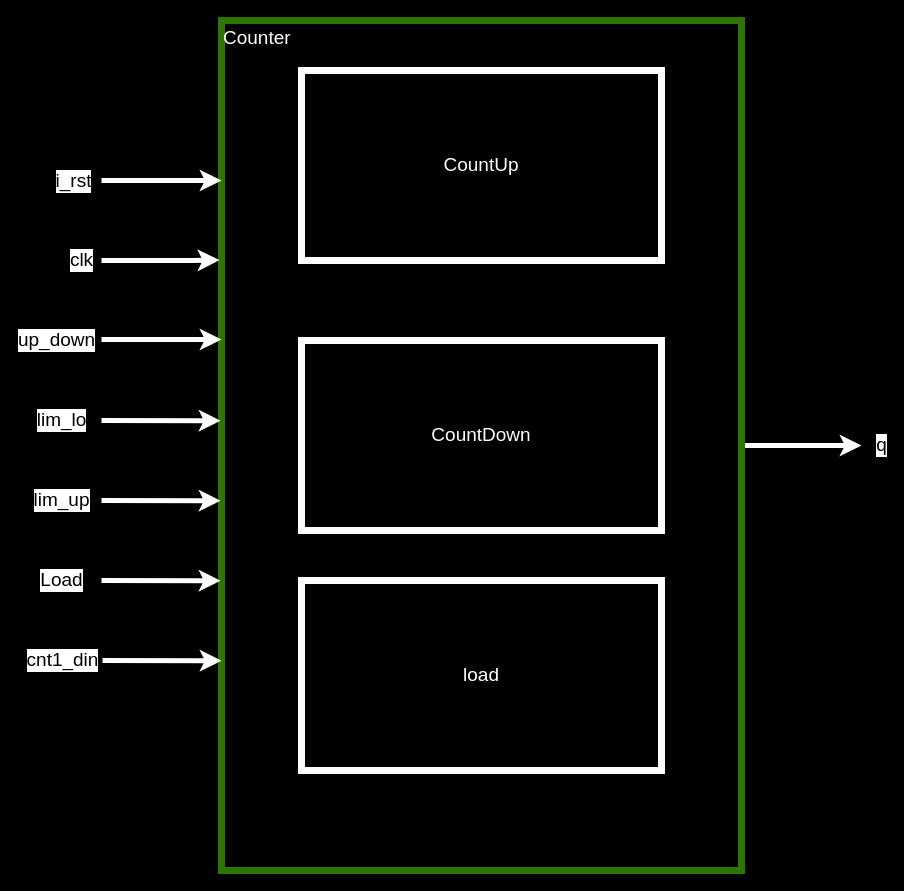
Before: 2/img/架構圖.drawio in gordonpow/lab_hardware_test, a draw.io diagram. Source tidied: cells renumbered, new cells numbered last; positions are measured from the earlier drawing's top-left corner, leaving out a move shared by most shapes. Both pictures are drawn from the tidied source at 100%, with x=0, y=0 at pixel (101, 20).
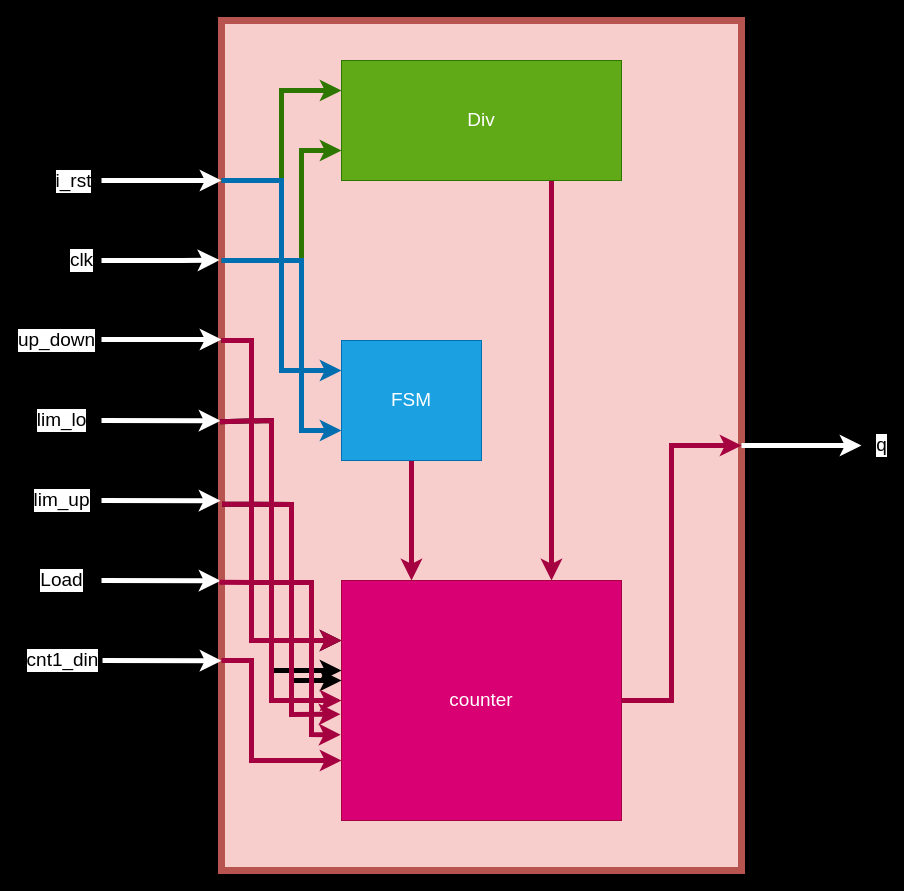
Above is the later version.

The edit, as a diff of the source:
```diff
@@
+    <mxCell id="3" style="rounded=0;whiteSpace=wrap;html=1;fillColor=#f8cecc;strokeColor=#b85450;strokeWidth=7;align=left;horizontal=1;verticalAlign=top;fontSize=19;" parent="1" vertex="1">
+      <mxGeometry x="120" width="520" height="850" as="geometry" />
+    </mxCell>
-    <mxCell id="2" value="q" style="edgeStyle=none;html=1;exitX=1;exitY=0.5;exitDx=0;exitDy=0;fontSize=19;strokeWidth=5;strokeColor=#FFFFFF;" parent="1" edge="1" source="3">
+    <mxCell id="2" value="q" style="edgeStyle=none;html=1;exitX=1;exitY=0.5;exitDx=0;exitDy=0;fontSize=19;strokeWidth=5;strokeColor=#FFFFFF;rounded=0;" parent="1" edge="1" source="3">
       <mxGeometry x="1" y="20" relative="1" as="geometry">
         <mxPoint x="760" y="425" as="targetPoint" />
         <mxPoint x="20" y="20" as="offset" />
       </mxGeometry>
     </mxCell>
-    <mxCell id="3" value="Counter" style="rounded=0;whiteSpace=wrap;html=1;fillColor=none;fontColor=#ffffff;strokeColor=#2D7600;strokeWidth=7;align=left;horizontal=1;verticalAlign=top;fontSize=19;" parent="1" vertex="1">
-      <mxGeometry x="120" width="520" height="850" as="geometry" />
-    </mxCell>
-    <mxCell id="4" value="&lt;font color=&quot;#ffffff&quot;&gt;CountUp&lt;/font&gt;" style="rounded=0;whiteSpace=wrap;html=1;strokeWidth=7;fontSize=19;fillColor=none;strokeColor=#FFFFFF;" parent="1" vertex="1">
-      <mxGeometry x="200" y="50" width="360" height="190" as="geometry" />
-    </mxCell>
-    <mxCell id="5" value="&lt;font color=&quot;#ffffff&quot;&gt;CountDown&lt;/font&gt;" style="rounded=0;whiteSpace=wrap;html=1;strokeWidth=7;fontSize=19;fillColor=none;strokeColor=#FFFFFF;glass=0;shadow=0;" parent="1" vertex="1">
-      <mxGeometry x="200" y="320" width="360" height="190" as="geometry" />
-    </mxCell>
-    <mxCell id="6" style="endArrow=classic;html=1;fontSize=19;strokeWidth=5;strokeColor=#FFFFFF;" parent="1" edge="1">
+    <mxCell id="6" style="endArrow=classic;html=1;fontSize=19;strokeWidth=5;strokeColor=#FFFFFF;rounded=0;" parent="1" edge="1">
       <mxGeometry relative="1" as="geometry">
         <mxPoint y="160" as="sourcePoint" />
         <mxPoint x="120" y="160" as="targetPoint" />
       </mxGeometry>
     </mxCell>
@@
-    <mxCell id="8" style="endArrow=classic;html=1;fontSize=19;strokeWidth=5;strokeColor=#FFFFFF;" parent="1" edge="1">
+    <mxCell id="8" style="endArrow=classic;html=1;fontSize=19;strokeWidth=5;strokeColor=#FFFFFF;rounded=0;" parent="1" edge="1">
       <mxGeometry relative="1" as="geometry">
         <mxPoint y="319" as="sourcePoint" />
         <mxPoint x="120" y="319" as="targetPoint" />
       </mxGeometry>
     </mxCell>
@@
-    <mxCell id="10" style="endArrow=classic;html=1;fontSize=19;entryX=-0.004;entryY=0.666;entryDx=0;entryDy=0;entryPerimeter=0;strokeWidth=5;strokeColor=#FFFFFF;" parent="1" edge="1">
+    <mxCell id="10" style="endArrow=classic;html=1;fontSize=19;entryX=-0.004;entryY=0.666;entryDx=0;entryDy=0;entryPerimeter=0;strokeWidth=5;strokeColor=#FFFFFF;rounded=0;" parent="1" edge="1">
       <mxGeometry relative="1" as="geometry">
         <mxPoint y="240" as="sourcePoint" />
         <mxPoint x="117.9" y="239.6" as="targetPoint" />
         <Array as="points">
           <mxPoint x="50" y="240" />
           <mxPoint x="80" y="240" />
         </Array>
       </mxGeometry>
     </mxCell>
@@
-    <mxCell id="12" value="&lt;font style=&quot;font-size: 19px;&quot;&gt;lim_lo&lt;/font&gt;" style="endArrow=classic;html=1;entryX=-0.002;entryY=0.565;entryDx=0;entryDy=0;entryPerimeter=0;strokeWidth=5;strokeColor=#FFFFFF;" parent="1" edge="1">
+    <mxCell id="12" value="&lt;font style=&quot;font-size: 19px;&quot;&gt;lim_lo&lt;/font&gt;" style="endArrow=classic;html=1;entryX=-0.002;entryY=0.565;entryDx=0;entryDy=0;entryPerimeter=0;strokeWidth=5;strokeColor=#FFFFFF;rounded=0;" parent="1" edge="1">
       <mxGeometry x="-1" y="-40" relative="1" as="geometry">
         <mxPoint y="400" as="sourcePoint" />
         <mxPoint x="119" y="400.2" as="targetPoint" />
         <mxPoint x="-40" y="-40" as="offset" />
       </mxGeometry>
     </mxCell>
-    <mxCell id="13" value="&lt;font color=&quot;#ffffff&quot;&gt;load&lt;/font&gt;" style="rounded=0;whiteSpace=wrap;html=1;strokeWidth=7;fontSize=19;fillColor=none;strokeColor=#FFFFFF;" parent="1" vertex="1">
-      <mxGeometry x="200" y="560" width="360" height="190" as="geometry" />
-    </mxCell>
-    <mxCell id="14" value="&lt;font style=&quot;font-size: 19px;&quot;&gt;lim_up&lt;/font&gt;" style="endArrow=classic;html=1;entryX=-0.002;entryY=0.565;entryDx=0;entryDy=0;entryPerimeter=0;strokeWidth=5;strokeColor=#FFFFFF;" parent="1" edge="1">
+    <mxCell id="14" value="&lt;font style=&quot;font-size: 19px;&quot;&gt;lim_up&lt;/font&gt;" style="endArrow=classic;html=1;entryX=-0.002;entryY=0.565;entryDx=0;entryDy=0;entryPerimeter=0;strokeWidth=5;strokeColor=#FFFFFF;rounded=0;" parent="1" edge="1">
       <mxGeometry x="-1" y="-40" relative="1" as="geometry">
         <mxPoint y="480" as="sourcePoint" />
         <mxPoint x="119" y="480.2" as="targetPoint" />
         <mxPoint x="-40" y="-40" as="offset" />
       </mxGeometry>
     </mxCell>
-    <mxCell id="15" value="&lt;font style=&quot;font-size: 19px;&quot;&gt;Load&lt;/font&gt;" style="endArrow=classic;html=1;entryX=-0.002;entryY=0.565;entryDx=0;entryDy=0;entryPerimeter=0;strokeWidth=5;strokeColor=#FFFFFF;" parent="1" edge="1">
+    <mxCell id="15" value="&lt;font style=&quot;font-size: 19px;&quot;&gt;Load&lt;/font&gt;" style="endArrow=classic;html=1;entryX=-0.002;entryY=0.565;entryDx=0;entryDy=0;entryPerimeter=0;strokeWidth=5;strokeColor=#FFFFFF;rounded=0;" parent="1" edge="1">
       <mxGeometry x="-1" y="-40" relative="1" as="geometry">
         <mxPoint y="560" as="sourcePoint" />
         <mxPoint x="119" y="560.2" as="targetPoint" />
         <mxPoint x="-40" y="-40" as="offset" />
       </mxGeometry>
     </mxCell>
-    <mxCell id="16" value="&lt;font style=&quot;font-size: 19px;&quot;&gt;cnt1_din&lt;/font&gt;" style="endArrow=classic;html=1;entryX=-0.002;entryY=0.565;entryDx=0;entryDy=0;entryPerimeter=0;strokeWidth=5;strokeColor=#FFFFFF;" parent="1" edge="1">
+    <mxCell id="16" value="&lt;font style=&quot;font-size: 19px;&quot;&gt;cnt1_din&lt;/font&gt;" style="endArrow=classic;html=1;entryX=-0.002;entryY=0.565;entryDx=0;entryDy=0;entryPerimeter=0;strokeWidth=5;strokeColor=#FFFFFF;rounded=0;" parent="1" edge="1">
       <mxGeometry x="-1" y="-40" relative="1" as="geometry">
         <mxPoint x="1" y="640" as="sourcePoint" />
         <mxPoint x="120" y="640.2" as="targetPoint" />
         <mxPoint x="-40" y="-40" as="offset" />
       </mxGeometry>
     </mxCell>
+    <mxCell id="17" style="edgeStyle=none;html=1;exitX=0.75;exitY=1;exitDx=0;exitDy=0;entryX=0.75;entryY=0;entryDx=0;entryDy=0;strokeWidth=5;fontSize=19;rounded=0;fillColor=#d80073;strokeColor=#A50040;" parent="1" edge="1" source="18" target="22">
+      <mxGeometry relative="1" as="geometry" />
+    </mxCell>
+    <mxCell id="18" value="&lt;font style=&quot;font-size: 19px;&quot;&gt;Div&lt;/font&gt;" style="rounded=0;whiteSpace=wrap;html=1;fillColor=#60a917;fontColor=#ffffff;strokeColor=#2D7600;" parent="1" vertex="1">
+      <mxGeometry x="240" y="40" width="280" height="120" as="geometry" />
+    </mxCell>
+    <mxCell id="19" style="edgeStyle=none;html=1;exitX=0.5;exitY=1;exitDx=0;exitDy=0;entryX=0.25;entryY=0;entryDx=0;entryDy=0;strokeWidth=5;fontSize=19;rounded=0;fillColor=#d80073;strokeColor=#A50040;" parent="1" edge="1" source="20" target="22">
+      <mxGeometry relative="1" as="geometry" />
+    </mxCell>
+    <mxCell id="20" value="&lt;font style=&quot;font-size: 19px;&quot;&gt;FSM&lt;/font&gt;" style="rounded=0;whiteSpace=wrap;html=1;fillColor=#1ba1e2;fontColor=#ffffff;strokeColor=#006EAF;" parent="1" vertex="1">
+      <mxGeometry x="240" y="320" width="140" height="120" as="geometry" />
+    </mxCell>
+    <mxCell id="21" style="edgeStyle=orthogonalEdgeStyle;rounded=0;html=1;exitX=1;exitY=0.5;exitDx=0;exitDy=0;entryX=1;entryY=0.5;entryDx=0;entryDy=0;strokeWidth=5;fontSize=19;fillColor=#d80073;strokeColor=#A50040;" parent="1" edge="1" source="22" target="3">
+      <mxGeometry relative="1" as="geometry">
+        <Array as="points">
+          <mxPoint x="570" y="680" />
+          <mxPoint x="570" y="425" />
+        </Array>
+      </mxGeometry>
+    </mxCell>
+    <mxCell id="22" value="&lt;font style=&quot;font-size: 19px;&quot;&gt;counter&lt;/font&gt;" style="rounded=0;whiteSpace=wrap;html=1;fillColor=#d80073;fontColor=#ffffff;strokeColor=#A50040;" parent="1" vertex="1">
+      <mxGeometry x="240" y="560" width="280" height="240" as="geometry" />
+    </mxCell>
+    <mxCell id="23" style="edgeStyle=none;jettySize=auto;html=1;strokeWidth=5;fontSize=19;rounded=0;" parent="1" edge="1" target="3">
+      <mxGeometry relative="1" as="geometry">
+        <mxPoint x="120" y="160" as="sourcePoint" />
+      </mxGeometry>
+    </mxCell>
+    <mxCell id="24" style="edgeStyle=none;jettySize=auto;html=1;strokeWidth=5;fontSize=19;entryX=0;entryY=0.25;entryDx=0;entryDy=0;rounded=0;fillColor=#60a917;strokeColor=#2D7600;" parent="1" edge="1" target="18">
+      <mxGeometry relative="1" as="geometry">
+        <mxPoint x="120" y="160" as="sourcePoint" />
+        <Array as="points">
+          <mxPoint x="180" y="160" />
+          <mxPoint x="180" y="150" />
+          <mxPoint x="180" y="70" />
+        </Array>
+      </mxGeometry>
+    </mxCell>
+    <mxCell id="25" style="edgeStyle=none;jettySize=auto;html=1;strokeWidth=5;fontSize=19;entryX=0;entryY=0.75;entryDx=0;entryDy=0;rounded=0;fillColor=#60a917;strokeColor=#2D7600;" parent="1" edge="1" target="18">
+      <mxGeometry relative="1" as="geometry">
+        <mxPoint x="120" y="240" as="sourcePoint" />
+        <Array as="points">
+          <mxPoint x="200" y="240" />
+          <mxPoint x="200" y="130" />
+        </Array>
+      </mxGeometry>
+    </mxCell>
+    <mxCell id="26" style="edgeStyle=none;jettySize=auto;html=1;strokeWidth=5;fontSize=19;entryX=0;entryY=0.25;entryDx=0;entryDy=0;rounded=0;" parent="1" edge="1" target="22">
+      <mxGeometry relative="1" as="geometry">
+        <mxPoint x="120" y="320" as="sourcePoint" />
+        <Array as="points">
+          <mxPoint x="150" y="320" />
+          <mxPoint x="150" y="620" />
+        </Array>
+      </mxGeometry>
+    </mxCell>
+    <mxCell id="27" style="edgeStyle=none;jettySize=auto;html=1;strokeWidth=5;fontSize=19;exitX=-0.003;exitY=0.472;exitDx=0;exitDy=0;exitPerimeter=0;rounded=0;" parent="1" edge="1" source="3">
+      <mxGeometry relative="1" as="geometry">
+        <mxPoint x="240" y="650" as="targetPoint" />
+        <Array as="points">
+          <mxPoint x="170" y="400" />
+          <mxPoint x="170" y="650" />
+        </Array>
+      </mxGeometry>
+    </mxCell>
+    <mxCell id="28" style="edgeStyle=none;jettySize=auto;html=1;strokeWidth=5;fontSize=19;exitX=0.001;exitY=0.569;exitDx=0;exitDy=0;exitPerimeter=0;rounded=0;" parent="1" edge="1" source="3">
+      <mxGeometry relative="1" as="geometry">
+        <mxPoint x="240" y="660" as="targetPoint" />
+        <Array as="points">
+          <mxPoint x="190" y="484" />
+          <mxPoint x="190" y="660" />
+        </Array>
+      </mxGeometry>
+    </mxCell>
+    <mxCell id="29" style="edgeStyle=none;jettySize=auto;html=1;strokeWidth=5;fontSize=19;rounded=0;fillColor=#d80073;strokeColor=#A50040;entryX=0;entryY=0.75;entryDx=0;entryDy=0;" parent="1" edge="1" target="22">
+      <mxGeometry relative="1" as="geometry">
+        <mxPoint x="120" y="640" as="sourcePoint" />
+        <Array as="points">
+          <mxPoint x="150" y="640" />
+          <mxPoint x="150" y="740" />
+        </Array>
+      </mxGeometry>
+    </mxCell>
+    <mxCell id="30" style="edgeStyle=none;jettySize=auto;html=1;strokeWidth=5;fontSize=19;entryX=0;entryY=0.75;entryDx=0;entryDy=0;rounded=0;fillColor=#1ba1e2;strokeColor=#006EAF;" parent="1" edge="1" target="20">
+      <mxGeometry relative="1" as="geometry">
+        <mxPoint x="120" y="240" as="sourcePoint" />
+        <Array as="points">
+          <mxPoint x="200" y="240" />
+          <mxPoint x="200" y="410" />
+        </Array>
+      </mxGeometry>
+    </mxCell>
+    <mxCell id="31" style="edgeStyle=none;jettySize=auto;html=1;strokeWidth=5;fontSize=19;entryX=0;entryY=0.25;entryDx=0;entryDy=0;rounded=0;fillColor=#1ba1e2;strokeColor=#006EAF;" parent="1" edge="1" target="20">
+      <mxGeometry relative="1" as="geometry">
+        <mxPoint x="120" y="160" as="sourcePoint" />
+        <Array as="points">
+          <mxPoint x="180" y="160" />
+          <mxPoint x="180" y="350" />
+        </Array>
+      </mxGeometry>
+    </mxCell>
+    <mxCell id="32" style="edgeStyle=none;orthogonalLoop=1;jettySize=auto;html=1;strokeWidth=5;fontSize=19;entryX=0;entryY=0.25;entryDx=0;entryDy=0;rounded=0;fillColor=#d80073;strokeColor=#A50040;" parent="1" edge="1">
+      <mxGeometry relative="1" as="geometry">
+        <mxPoint x="120" y="320" as="sourcePoint" />
+        <mxPoint x="240" y="620" as="targetPoint" />
+        <Array as="points">
+          <mxPoint x="150" y="320" />
+          <mxPoint x="150" y="620" />
+        </Array>
+      </mxGeometry>
+    </mxCell>
+    <mxCell id="33" style="edgeStyle=none;jettySize=auto;html=1;strokeWidth=5;fontSize=19;exitX=-0.003;exitY=0.472;exitDx=0;exitDy=0;exitPerimeter=0;rounded=0;fillColor=#d80073;strokeColor=#A50040;entryX=0;entryY=0.5;entryDx=0;entryDy=0;" parent="1" edge="1" target="22">
+      <mxGeometry relative="1" as="geometry">
+        <mxPoint x="118.4" y="401.2" as="sourcePoint" />
+        <Array as="points">
+          <mxPoint x="170" y="400" />
+          <mxPoint x="170" y="680" />
+        </Array>
+      </mxGeometry>
+    </mxCell>
+    <mxCell id="34" style="edgeStyle=none;jettySize=auto;html=1;strokeWidth=5;fontSize=19;exitX=0.001;exitY=0.569;exitDx=0;exitDy=0;exitPerimeter=0;rounded=0;fillColor=#d80073;strokeColor=#A50040;entryX=-0.004;entryY=0.557;entryDx=0;entryDy=0;entryPerimeter=0;" parent="1" edge="1" target="22">
+      <mxGeometry relative="1" as="geometry">
+        <mxPoint x="120.5" y="483.7" as="sourcePoint" />
+        <Array as="points">
+          <mxPoint x="190" y="484" />
+          <mxPoint x="190" y="694" />
+        </Array>
+      </mxGeometry>
+    </mxCell>
+    <mxCell id="35" style="edgeStyle=none;jettySize=auto;html=1;strokeWidth=5;fontSize=19;exitX=-0.004;exitY=0.661;exitDx=0;exitDy=0;exitPerimeter=0;rounded=0;fillColor=#d80073;strokeColor=#A50040;entryX=-0.003;entryY=0.643;entryDx=0;entryDy=0;entryPerimeter=0;" parent="1" edge="1" target="22">
+      <mxGeometry relative="1" as="geometry">
+        <mxPoint x="117.9" y="561.8" as="sourcePoint" />
+        <Array as="points">
+          <mxPoint x="210" y="562" />
+          <mxPoint x="210" y="714" />
+        </Array>
+      </mxGeometry>
+    </mxCell>
```
